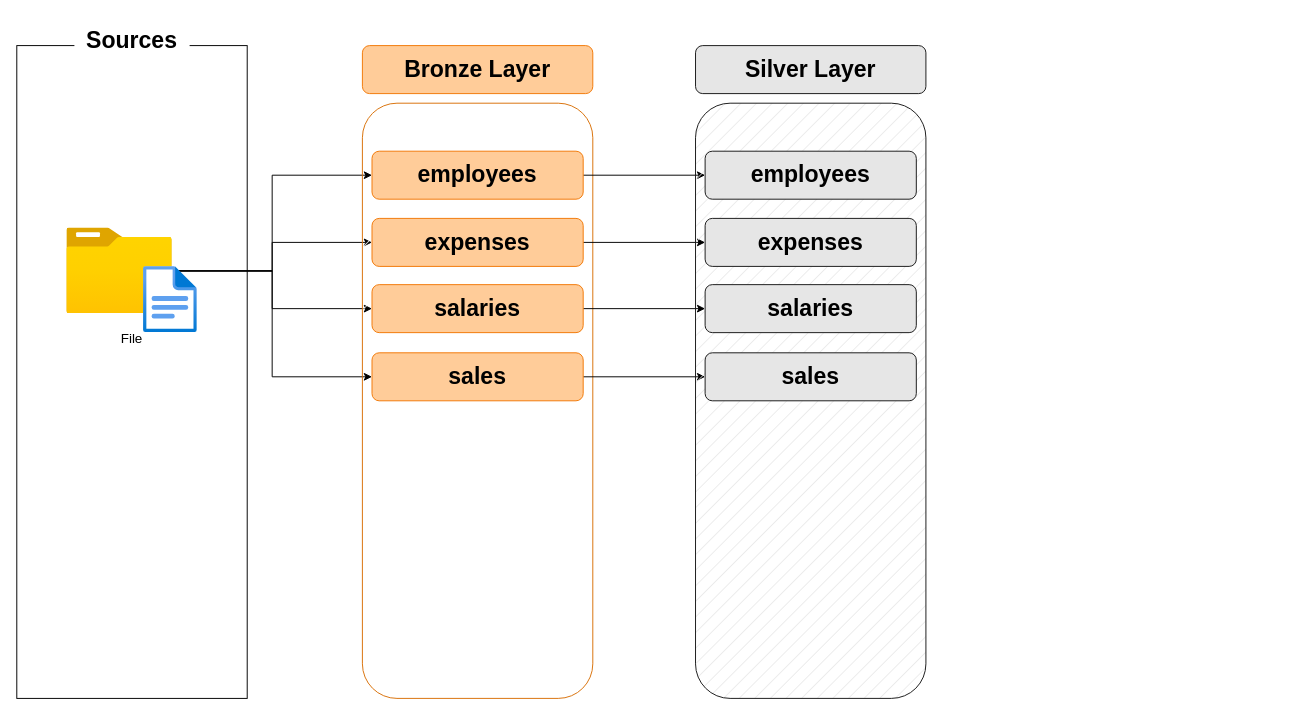
This is Data Engineer Projects/Sales Data Warehouse/docs/Data Flow.drawio from marthag0311/Projects, a draw.io file, before an edit. Source tidied: cells renumbered, new cells numbered last; positions are measured from the earlier drawing's top-left corner, leaving out a move shared by most shapes. Both pictures are drawn from the tidied source at 96%, with x=0, y=0 at pixel (16, 16).
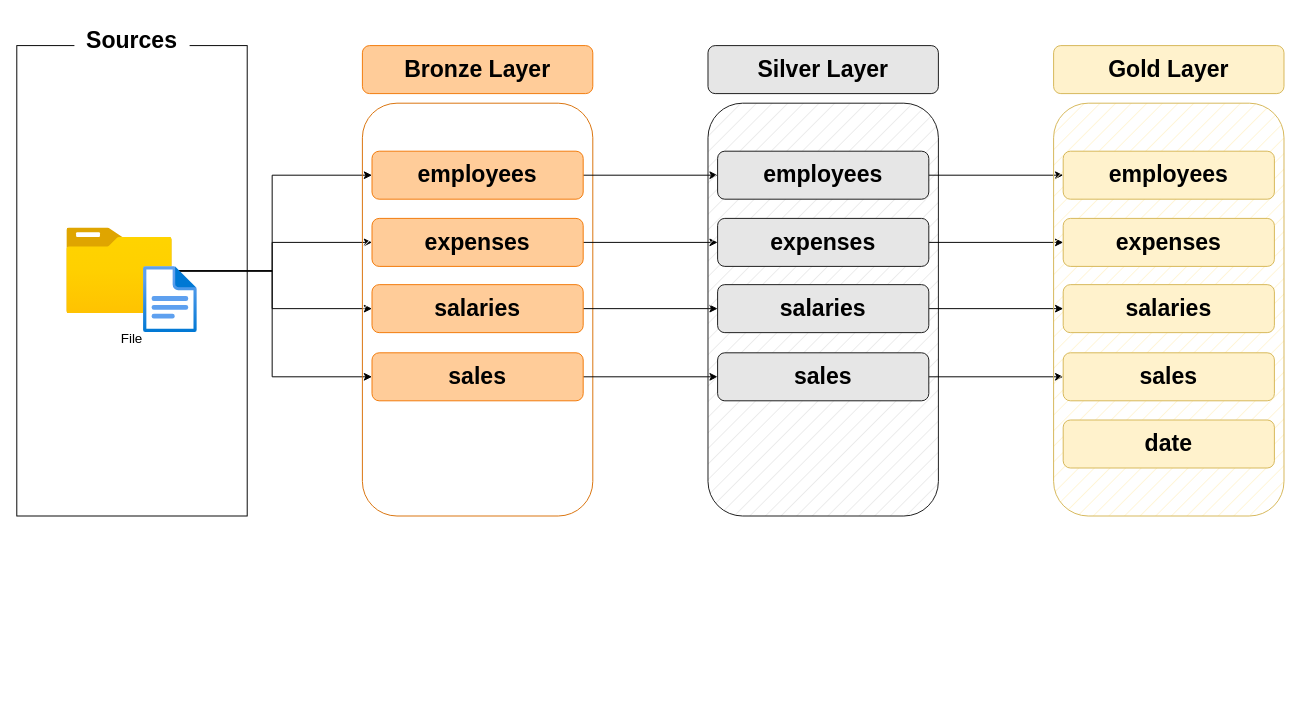
The same page after the edit.

What changed in the source:
```diff
@@
     <mxCell id="2" style="rounded=0;whiteSpace=wrap;html=1;gradientColor=none;fillStyle=hatch;" parent="1" vertex="1">
-      <mxGeometry y="30" width="240" height="680" as="geometry" />
+      <mxGeometry y="30" width="240" height="490" as="geometry" />
     </mxCell>
@@
     <mxCell id="11" style="rounded=1;whiteSpace=wrap;html=1;gradientColor=none;fillStyle=hatch;strokeColor=#d97008;" parent="1" vertex="1">
-      <mxGeometry x="360" y="90" width="240" height="620" as="geometry" />
+      <mxGeometry x="360" y="90" width="240" height="430" as="geometry" />
     </mxCell>
@@
     <mxCell id="21" style="rounded=1;whiteSpace=wrap;html=1;gradientColor=none;fillStyle=hatch;strokeColor=#171717;fillColor=#e6e6e6;" parent="1" vertex="1">
-      <mxGeometry x="707" y="90" width="240" height="620" as="geometry" />
+      <mxGeometry x="720" y="90" width="240" height="430" as="geometry" />
     </mxCell>
     <mxCell id="22" value="&lt;font style=&quot;font-size: 24px;&quot;&gt;&lt;b&gt;Silver Layer&lt;/b&gt;&lt;/font&gt;" style="rounded=1;whiteSpace=wrap;html=1;fillColor=#e6e6e6;strokeColor=#171717;" parent="1" vertex="1">
-      <mxGeometry x="707" y="30" width="240" height="50" as="geometry" />
+      <mxGeometry x="720" y="30" width="240" height="50" as="geometry" />
     </mxCell>
+    <mxCell id="27" style="edgeStyle=orthogonalEdgeStyle;rounded=0;jettySize=auto;html=1;entryX=0;entryY=0.5;entryDx=0;entryDy=0;" parent="1" edge="1" source="23" target="33">
+      <mxGeometry relative="1" as="geometry" />
+    </mxCell>
     <mxCell id="23" value="&lt;font style=&quot;font-size: 24px;&quot;&gt;&lt;b&gt;employees&lt;/b&gt;&lt;/font&gt;" style="rounded=1;whiteSpace=wrap;html=1;fillColor=#e6e6e6;strokeColor=#171717;" parent="1" vertex="1">
-      <mxGeometry x="717" y="140" width="220" height="50" as="geometry" />
+      <mxGeometry x="730" y="140" width="220" height="50" as="geometry" />
     </mxCell>
+    <mxCell id="28" style="edgeStyle=orthogonalEdgeStyle;rounded=0;jettySize=auto;html=1;entryX=0;entryY=0.5;entryDx=0;entryDy=0;" parent="1" edge="1" source="24" target="34">
+      <mxGeometry relative="1" as="geometry" />
+    </mxCell>
     <mxCell id="24" value="&lt;font style=&quot;font-size: 24px;&quot;&gt;&lt;b&gt;expenses&lt;/b&gt;&lt;/font&gt;" style="rounded=1;whiteSpace=wrap;html=1;fillColor=#e6e6e6;strokeColor=#171717;" parent="1" vertex="1">
-      <mxGeometry x="717" y="210" width="220" height="50" as="geometry" />
+      <mxGeometry x="730" y="210" width="220" height="50" as="geometry" />
     </mxCell>
+    <mxCell id="29" style="edgeStyle=orthogonalEdgeStyle;rounded=0;jettySize=auto;html=1;entryX=0;entryY=0.5;entryDx=0;entryDy=0;" parent="1" edge="1" source="25" target="35">
+      <mxGeometry relative="1" as="geometry" />
+    </mxCell>
     <mxCell id="25" value="&lt;font style=&quot;font-size: 24px;&quot;&gt;&lt;b&gt;salaries&lt;/b&gt;&lt;/font&gt;" style="rounded=1;whiteSpace=wrap;html=1;fillColor=#e6e6e6;strokeColor=#171717;" parent="1" vertex="1">
-      <mxGeometry x="717" y="279" width="220" height="50" as="geometry" />
+      <mxGeometry x="730" y="279" width="220" height="50" as="geometry" />
     </mxCell>
+    <mxCell id="30" style="edgeStyle=orthogonalEdgeStyle;rounded=0;jettySize=auto;html=1;entryX=0;entryY=0.5;entryDx=0;entryDy=0;" parent="1" edge="1" source="26" target="36">
+      <mxGeometry relative="1" as="geometry" />
+    </mxCell>
     <mxCell id="26" value="&lt;font style=&quot;font-size: 24px;&quot;&gt;&lt;b&gt;sales&lt;/b&gt;&lt;/font&gt;" style="rounded=1;whiteSpace=wrap;html=1;fillColor=#e6e6e6;strokeColor=#171717;" parent="1" vertex="1">
-      <mxGeometry x="717" y="350" width="220" height="50" as="geometry" />
+      <mxGeometry x="730" y="350" width="220" height="50" as="geometry" />
     </mxCell>
+    <mxCell id="31" style="rounded=1;whiteSpace=wrap;html=1;fillStyle=hatch;strokeColor=#d6b656;fillColor=#fff2cc;" parent="1" vertex="1">
+      <mxGeometry x="1080" y="90" width="240" height="430" as="geometry" />
+    </mxCell>
+    <mxCell id="32" value="&lt;font style=&quot;font-size: 24px;&quot;&gt;&lt;b&gt;Gold Layer&lt;/b&gt;&lt;/font&gt;" style="rounded=1;whiteSpace=wrap;html=1;fillColor=#fff2cc;strokeColor=#d6b656;" parent="1" vertex="1">
+      <mxGeometry x="1080" y="30" width="240" height="50" as="geometry" />
+    </mxCell>
+    <mxCell id="33" value="&lt;font style=&quot;font-size: 24px;&quot;&gt;&lt;b&gt;employees&lt;/b&gt;&lt;/font&gt;" style="rounded=1;whiteSpace=wrap;html=1;fillColor=#fff2cc;strokeColor=#d6b656;" parent="1" vertex="1">
+      <mxGeometry x="1090" y="140" width="220" height="50" as="geometry" />
+    </mxCell>
+    <mxCell id="34" value="&lt;font style=&quot;font-size: 24px;&quot;&gt;&lt;b&gt;expenses&lt;/b&gt;&lt;/font&gt;" style="rounded=1;whiteSpace=wrap;html=1;fillColor=#fff2cc;strokeColor=#d6b656;" parent="1" vertex="1">
+      <mxGeometry x="1090" y="210" width="220" height="50" as="geometry" />
+    </mxCell>
+    <mxCell id="35" value="&lt;font style=&quot;font-size: 24px;&quot;&gt;&lt;b&gt;salaries&lt;/b&gt;&lt;/font&gt;" style="rounded=1;whiteSpace=wrap;html=1;fillColor=#fff2cc;strokeColor=#d6b656;" parent="1" vertex="1">
+      <mxGeometry x="1090" y="279" width="220" height="50" as="geometry" />
+    </mxCell>
+    <mxCell id="36" value="&lt;font style=&quot;font-size: 24px;&quot;&gt;&lt;b&gt;sales&lt;/b&gt;&lt;/font&gt;" style="rounded=1;whiteSpace=wrap;html=1;fillColor=#fff2cc;strokeColor=#d6b656;" parent="1" vertex="1">
+      <mxGeometry x="1090" y="350" width="220" height="50" as="geometry" />
+    </mxCell>
+    <mxCell id="37" value="&lt;font style=&quot;font-size: 24px;&quot;&gt;&lt;b&gt;date&lt;/b&gt;&lt;/font&gt;" style="rounded=1;whiteSpace=wrap;html=1;fillColor=#fff2cc;strokeColor=#d6b656;" parent="1" vertex="1">
+      <mxGeometry x="1090" y="420" width="220" height="50" as="geometry" />
+    </mxCell>
```
